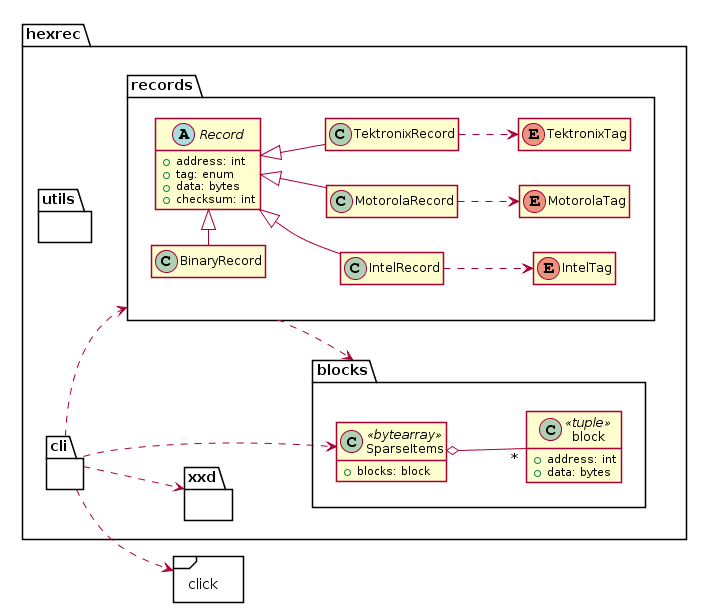
This is _static/architecture.png from TexZK/hexrec, a PlantUML export, as it was before one commit. Its diagram source:
```plantuml
@startuml
left to right direction
skinparam shadowing false
hide methods
hide fields

package "click" <<Frame>> {
}

package hexrec
{
    package utils {
    }

    package xxd {
    }

    package blocks
    {
        class block <<tuple>> {
            + address: int
            + data: bytes
        }
        show block fields

        class SparseItems <<bytearray>> {
            + blocks: block
        }
        show SparseItems fields

        SparseItems o-- "*" block
    }

    package records
    {
        abstract class Record
        {
            + address: int
            + tag: enum
            + data: bytes
            + checksum: int
        }
        show Record fields

        class BinaryRecord
        class IntelRecord
        class MotorolaRecord
        class TektronixRecord

        Record <|-left- BinaryRecord
        Record <|-down- IntelRecord
        Record <|-down- MotorolaRecord
        Record <|-down- TektronixRecord

        enum MotorolaTag
        enum IntelTag
        enum TektronixTag

        MotorolaRecord  .down.> MotorolaTag
        IntelRecord     .down.> IntelTag
        TektronixRecord .down.> TektronixTag
    }

    package cli {
    }

    records ..> blocks
    cli ..> SparseItems
    cli ..> records
    cli ..> click
    cli ..> xxd
}
@enduml
```
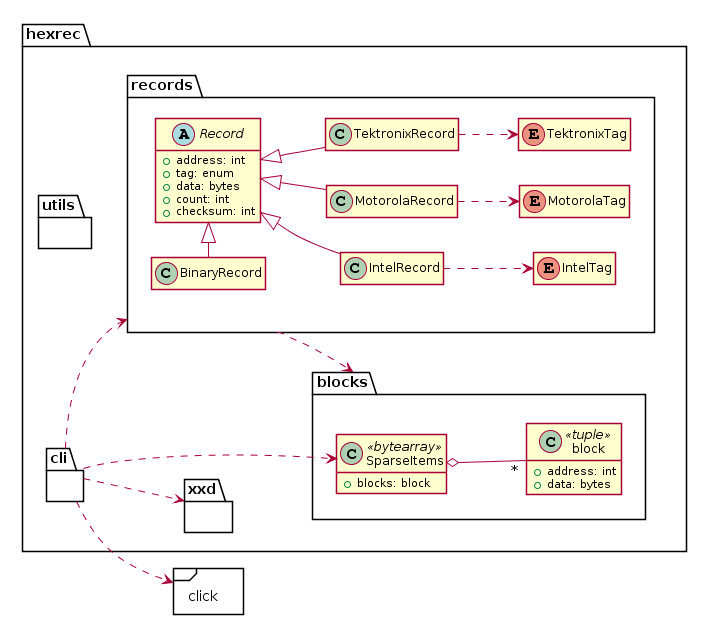
After the commit.

Change to the diagram source:
```diff
@@ -38,6 +38,7 @@
             + address: int
             + tag: enum
             + data: bytes
+            + count: int
             + checksum: int
         }
         show Record fields
```
